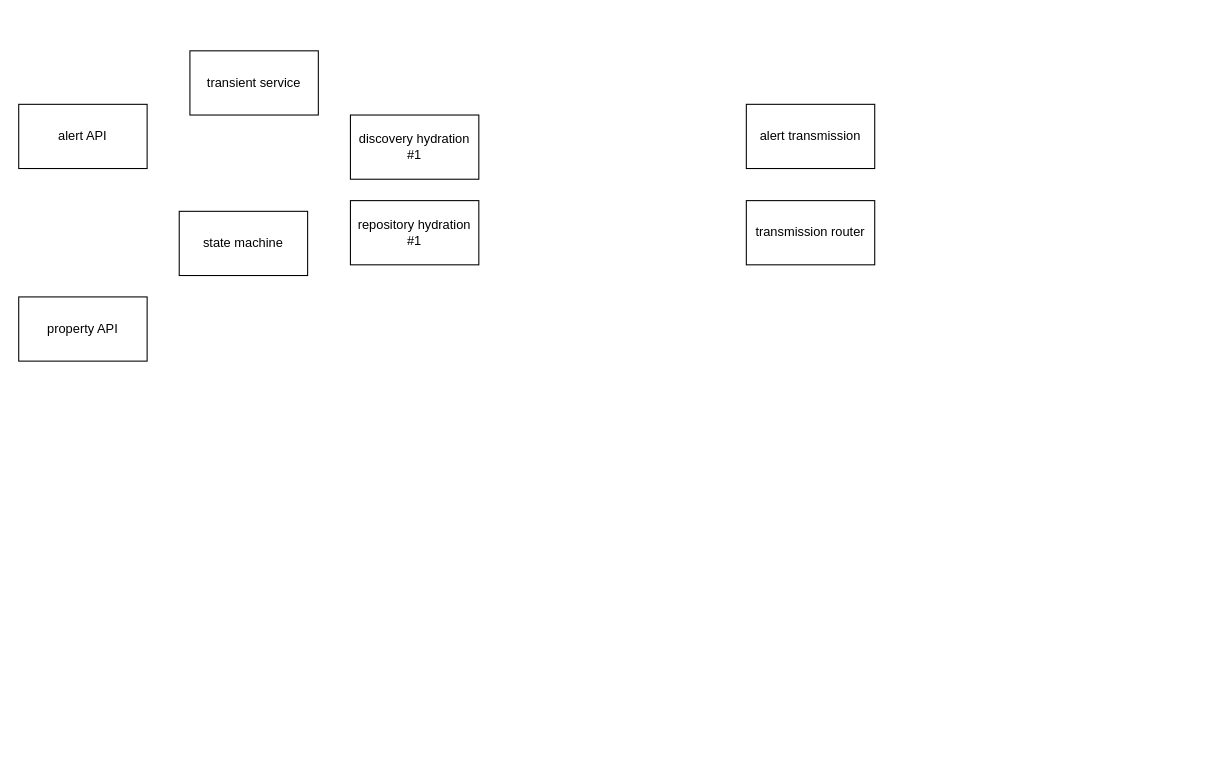
This is microservices.drawio from gerkirill/diagrams, a draw.io file, before an edit. Source tidied: cells renumbered, new cells numbered last; positions are measured from the earlier drawing's top-left corner, leaving out a move shared by most shapes. Both pictures are drawn from the tidied source at 107%, with x=0, y=0 at pixel (18, 50).
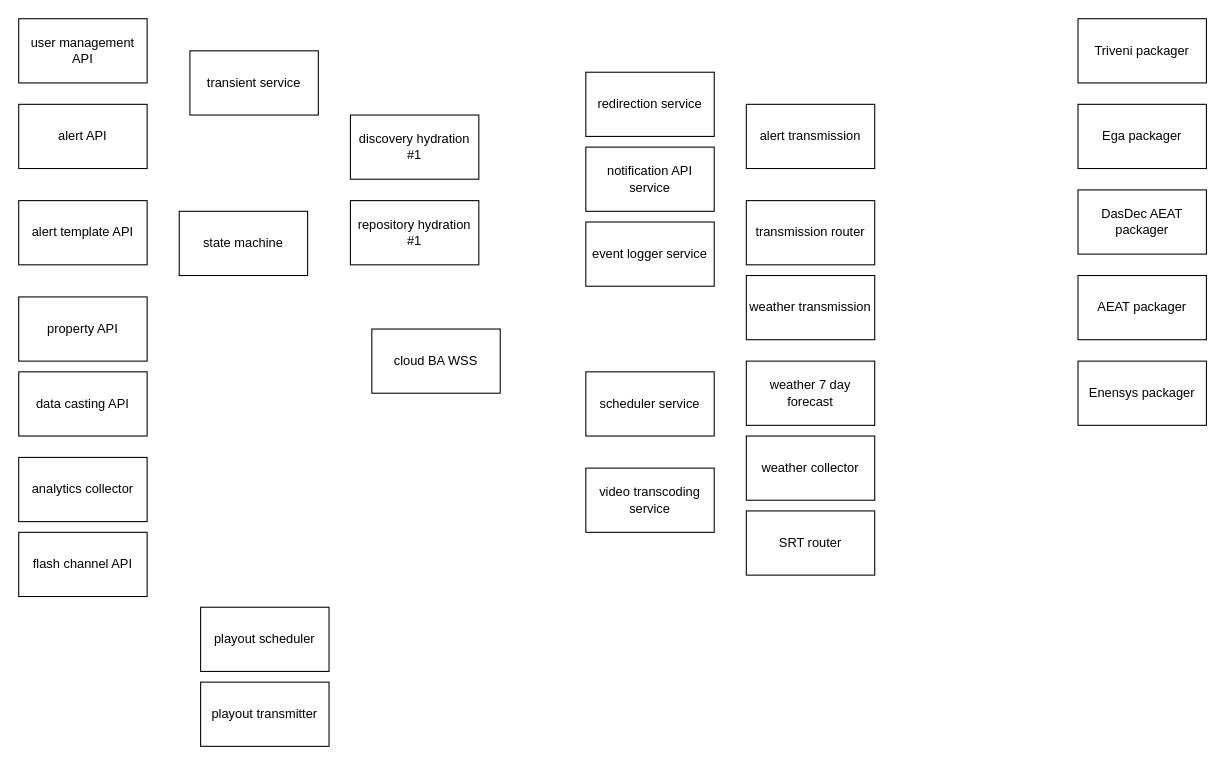
Above is the later version.

Diff of the diagram source:
```diff
@@
+    <mxCell id="10" value="alert template API" style="rounded=0;whiteSpace=wrap;html=1;" parent="1" vertex="1">
+      <mxGeometry y="140" width="120" height="60" as="geometry" />
+    </mxCell>
+    <mxCell id="11" value="cloud BA WSS" style="rounded=0;whiteSpace=wrap;html=1;" parent="1" vertex="1">
+      <mxGeometry x="330" y="260" width="120" height="60" as="geometry" />
+    </mxCell>
+    <mxCell id="12" value="Triveni packager" style="rounded=0;whiteSpace=wrap;html=1;" parent="1" vertex="1">
+      <mxGeometry x="990" y="-30" width="120" height="60" as="geometry" />
+    </mxCell>
+    <mxCell id="13" value="weather transmission" style="rounded=0;whiteSpace=wrap;html=1;" parent="1" vertex="1">
+      <mxGeometry x="680" y="210" width="120" height="60" as="geometry" />
+    </mxCell>
+    <mxCell id="14" value="weather 7 day forecast" style="rounded=0;whiteSpace=wrap;html=1;" parent="1" vertex="1">
+      <mxGeometry x="680" y="290" width="120" height="60" as="geometry" />
+    </mxCell>
+    <mxCell id="15" value="weather collector" style="rounded=0;whiteSpace=wrap;html=1;" parent="1" vertex="1">
+      <mxGeometry x="680" y="360" width="120" height="60" as="geometry" />
+    </mxCell>
+    <mxCell id="16" value="video transcoding service" style="rounded=0;whiteSpace=wrap;html=1;" parent="1" vertex="1">
+      <mxGeometry x="530" y="390" width="120" height="60" as="geometry" />
+    </mxCell>
+    <mxCell id="17" value="data casting API" style="rounded=0;whiteSpace=wrap;html=1;" parent="1" vertex="1">
+      <mxGeometry y="300" width="120" height="60" as="geometry" />
+    </mxCell>
+    <mxCell id="18" value="analytics collector" style="rounded=0;whiteSpace=wrap;html=1;" parent="1" vertex="1">
+      <mxGeometry y="380" width="120" height="60" as="geometry" />
+    </mxCell>
+    <mxCell id="19" value="Ega packager" style="rounded=0;whiteSpace=wrap;html=1;" parent="1" vertex="1">
+      <mxGeometry x="990" y="50" width="120" height="60" as="geometry" />
+    </mxCell>
+    <mxCell id="20" value="DasDec AEAT packager" style="rounded=0;whiteSpace=wrap;html=1;" parent="1" vertex="1">
+      <mxGeometry x="990" y="130" width="120" height="60" as="geometry" />
+    </mxCell>
+    <mxCell id="21" value="flash channel API" style="rounded=0;whiteSpace=wrap;html=1;" parent="1" vertex="1">
+      <mxGeometry y="450" width="120" height="60" as="geometry" />
+    </mxCell>
+    <mxCell id="22" value="scheduler service" style="rounded=0;whiteSpace=wrap;html=1;" parent="1" vertex="1">
+      <mxGeometry x="530" y="300" width="120" height="60" as="geometry" />
+    </mxCell>
+    <mxCell id="23" value="notification API service" style="rounded=0;whiteSpace=wrap;html=1;" parent="1" vertex="1">
+      <mxGeometry x="530" y="90" width="120" height="60" as="geometry" />
+    </mxCell>
+    <mxCell id="24" value="AEAT packager" style="rounded=0;whiteSpace=wrap;html=1;" parent="1" vertex="1">
+      <mxGeometry x="990" y="210" width="120" height="60" as="geometry" />
+    </mxCell>
+    <mxCell id="25" value="redirection service" style="rounded=0;whiteSpace=wrap;html=1;" parent="1" vertex="1">
+      <mxGeometry x="530" y="20" width="120" height="60" as="geometry" />
+    </mxCell>
+    <mxCell id="26" value="SRT router" style="rounded=0;whiteSpace=wrap;html=1;" parent="1" vertex="1">
+      <mxGeometry x="680" y="430" width="120" height="60" as="geometry" />
+    </mxCell>
+    <mxCell id="27" value="user management API" style="rounded=0;whiteSpace=wrap;html=1;" parent="1" vertex="1">
+      <mxGeometry y="-30" width="120" height="60" as="geometry" />
+    </mxCell>
+    <mxCell id="28" value="Enensys packager" style="rounded=0;whiteSpace=wrap;html=1;" parent="1" vertex="1">
+      <mxGeometry x="990" y="290" width="120" height="60" as="geometry" />
+    </mxCell>
+    <mxCell id="29" value="event logger service" style="rounded=0;whiteSpace=wrap;html=1;" parent="1" vertex="1">
+      <mxGeometry x="530" y="160" width="120" height="60" as="geometry" />
+    </mxCell>
+    <mxCell id="30" value="playout scheduler" style="rounded=0;whiteSpace=wrap;html=1;" parent="1" vertex="1">
+      <mxGeometry x="170" y="520" width="120" height="60" as="geometry" />
+    </mxCell>
+    <mxCell id="31" value="playout transmitter" style="rounded=0;whiteSpace=wrap;html=1;" parent="1" vertex="1">
+      <mxGeometry x="170" y="590" width="120" height="60" as="geometry" />
+    </mxCell>
```
